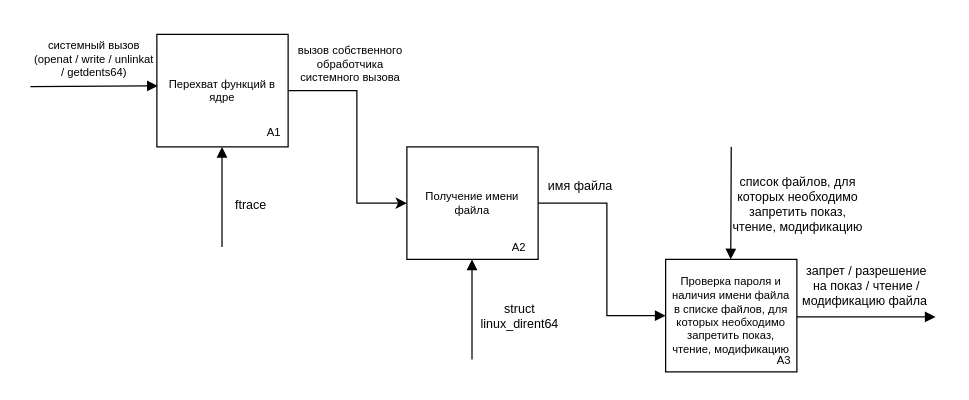
This is page "idef0_1" (8 of 10) of Diagrams.drawio from tatarinova0903/bmstu_os_course, a draw.io file, before an edit. Source tidied: cells renumbered, new cells numbered last; positions are measured from the earlier drawing's top-left corner, leaving out a move shared by most shapes. Both pictures are drawn from the tidied source at 125%, with x=0, y=0 at pixel (30, 21).
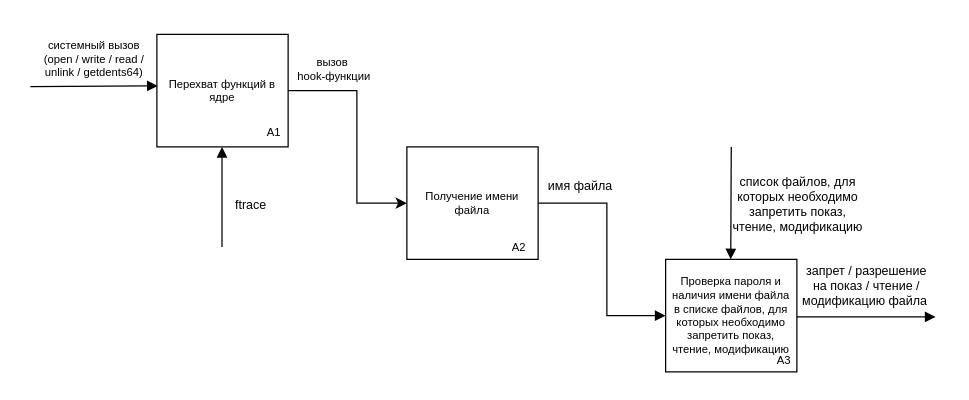
Above is the later version.

Change to the diagram source:
```diff
@@
-    <mxCell id="8" value="&lt;div style=&quot;font-size: 9px;&quot;&gt;вызов собственного обработчика системного вызова&lt;/div&gt;" style="rounded=0;whiteSpace=wrap;html=1;align=center;strokeWidth=0;opacity=0;fontSize=9;" parent="1" vertex="1">
-      <mxGeometry x="206" y="4" width="100" height="60" as="geometry" />
+    <mxCell id="8" value="&lt;div style=&quot;font-size: 9px;&quot;&gt;вызов&amp;nbsp;&lt;/div&gt;&lt;div style=&quot;font-size: 9px;&quot;&gt;hook-функции&lt;/div&gt;" style="rounded=0;whiteSpace=wrap;html=1;align=center;strokeWidth=0;opacity=0;fontSize=9;" parent="1" vertex="1">
+      <mxGeometry x="193" y="8" width="100" height="60" as="geometry" />
     </mxCell>
-    <mxCell id="9" style="endArrow=block;html=1;rounded=0;endFill=1;entryX=0.25;entryY=1;entryDx=0;entryDy=0;fontSize=10;" parent="1" edge="1">
-      <mxGeometry relative="1" as="geometry">
-        <mxPoint x="353.1" y="270" as="sourcePoint" />
-        <mxPoint x="353.1" y="190" as="targetPoint" />
-      </mxGeometry>
-    </mxCell>
-    <mxCell id="10" value="struct &lt;br&gt;linux_dirent64" style="text;html=1;align=center;verticalAlign=middle;strokeColor=none;fillColor=none;fontSize=10;" parent="1" vertex="1">
-      <mxGeometry x="346" y="215" width="90" height="40" as="geometry" />
-    </mxCell>
@@
-    <mxCell id="20" value="&lt;div style=&quot;font-size: 9px;&quot;&gt;системный вызов&lt;br style=&quot;border-color: var(--border-color); font-size: 9px;&quot;&gt;&lt;span style=&quot;font-size: 9px;&quot;&gt;(openat / write / unlinkat / getdents64)&lt;/span&gt;&lt;br style=&quot;font-size: 9px;&quot;&gt;&lt;/div&gt;" style="rounded=0;whiteSpace=wrap;html=1;align=center;strokeWidth=0;opacity=0;fontSize=9;" parent="1" vertex="1">
+    <mxCell id="20" value="&lt;div style=&quot;font-size: 9px;&quot;&gt;системный вызов&lt;br style=&quot;border-color: var(--border-color); font-size: 9px;&quot;&gt;&lt;span style=&quot;font-size: 9px;&quot;&gt;(open / write / read / unlink / getdents64)&lt;/span&gt;&lt;br style=&quot;font-size: 9px;&quot;&gt;&lt;/div&gt;" style="rounded=0;whiteSpace=wrap;html=1;align=center;strokeWidth=0;opacity=0;fontSize=9;" parent="1" vertex="1">
       <mxGeometry x="1" width="100" height="60" as="geometry" />
     </mxCell>
```
